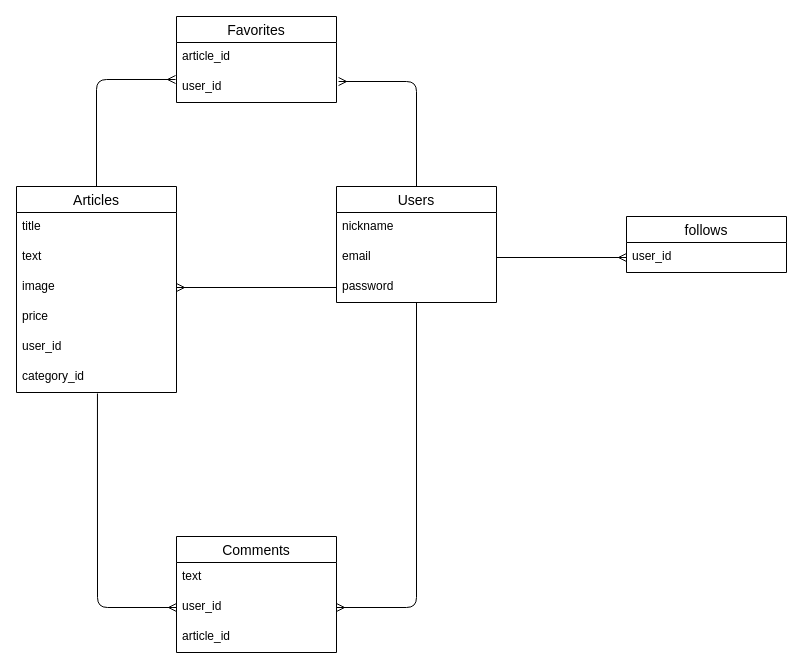
Earlier version of the draw.io diagram er.dio (Shaitaxx/gadget). Source tidied: cells renumbered, new cells numbered last; positions are measured from the earlier drawing's top-left corner, leaving out a move shared by most shapes. Both pictures are drawn from the tidied source at 100%, with x=0, y=0 at pixel (16, 16).
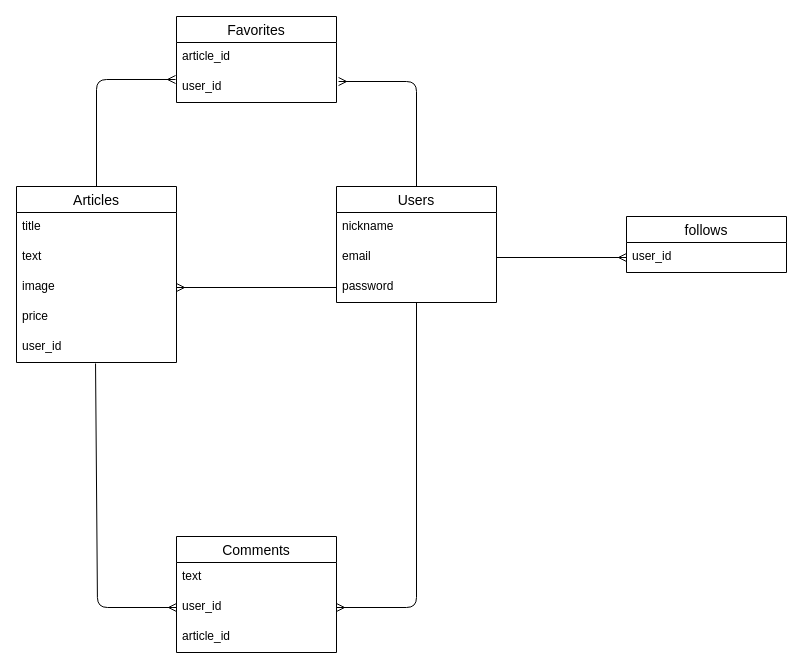
The same diagram, later.

Unchanged cells that the change refers to:
```xml
<mxCell id="14" value="user_id" style="text;strokeColor=none;fillColor=none;spacingLeft=4;spacingRight=4;overflow=hidden;points=[[0,0.5],[1,0.5]];portConstraint=eastwest;fontSize=12;" parent="9" vertex="1">
  <mxGeometry y="146" width="160" height="30" as="geometry" />
</mxCell>
<mxCell id="18" value="user_id" style="text;strokeColor=none;fillColor=none;spacingLeft=4;spacingRight=4;overflow=hidden;points=[[0,0.5],[1,0.5]];portConstraint=eastwest;fontSize=12;" parent="16" vertex="1">
  <mxGeometry y="56" width="160" height="30" as="geometry" />
</mxCell>
```

Change to the diagram source:
```diff
@@
     <mxCell id="9" value="Articles" style="swimlane;fontStyle=0;horizontal=1;startSize=26;align=center;fontSize=14;" parent="1" vertex="1">
-      <mxGeometry y="170" width="160" height="206" as="geometry" />
+      <mxGeometry y="170" width="160" height="176" as="geometry" />
     </mxCell>
@@
-    <mxCell id="15" value="category_id" style="text;strokeColor=none;fillColor=none;spacingLeft=4;spacingRight=4;overflow=hidden;points=[[0,0.5],[1,0.5]];portConstraint=eastwest;fontSize=12;" parent="9" vertex="1">
-      <mxGeometry y="176" width="160" height="30" as="geometry" />
-    </mxCell>
@@
-    <mxCell id="27" style="edgeStyle=none;html=1;exitX=0;exitY=0.5;exitDx=0;exitDy=0;entryX=0.506;entryY=1.033;entryDx=0;entryDy=0;entryPerimeter=0;endArrow=none;endFill=0;startArrow=ERmany;startFill=0;" parent="1" edge="1" source="18" target="15">
+    <mxCell id="27" style="edgeStyle=none;html=1;exitX=0;exitY=0.5;exitDx=0;exitDy=0;entryX=0.494;entryY=1.033;entryDx=0;entryDy=0;entryPerimeter=0;endArrow=none;endFill=0;startArrow=ERmany;startFill=0;" parent="1" edge="1" source="18" target="14">
       <mxGeometry relative="1" as="geometry">
         <Array as="points">
           <mxPoint x="81" y="591" />
         </Array>
       </mxGeometry>
     </mxCell>
```
